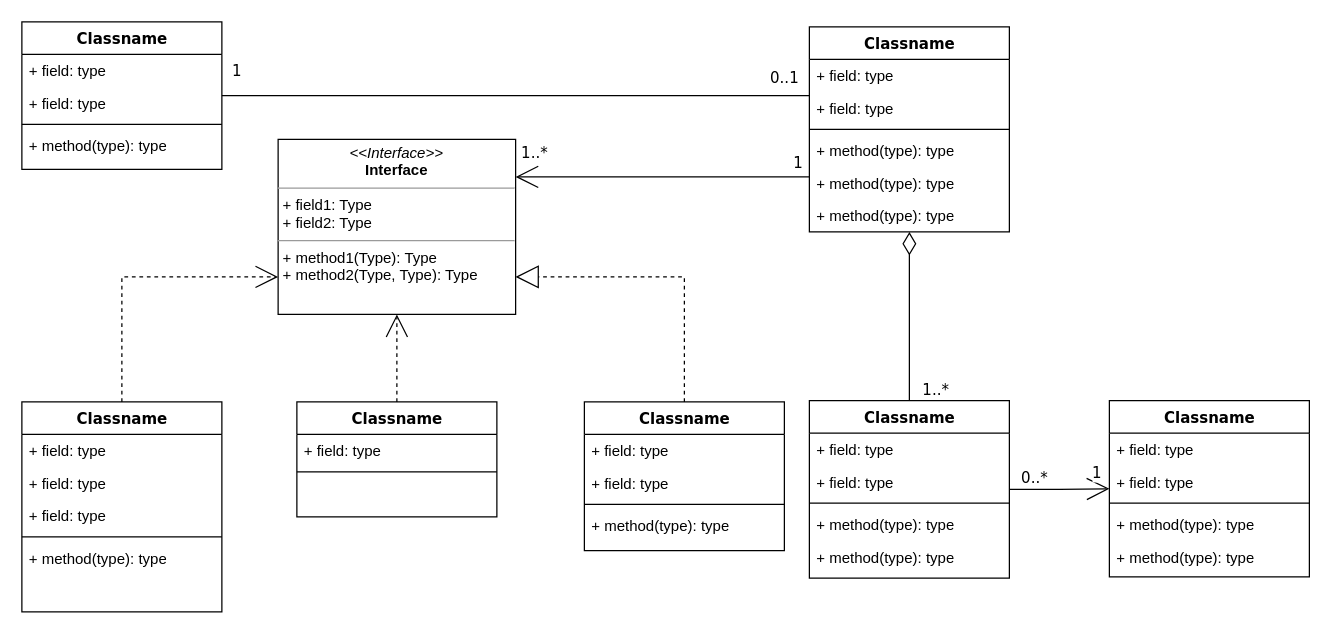
The draw.io diagram 设备调用component.drawio in FElxy/notes, before the edit. Source tidied: cells renumbered, new cells numbered last; positions are measured from the earlier drawing's top-left corner, leaving out a move shared by most shapes. Both pictures are drawn from the tidied source at 125%, with x=0, y=0 at pixel (21, 21).
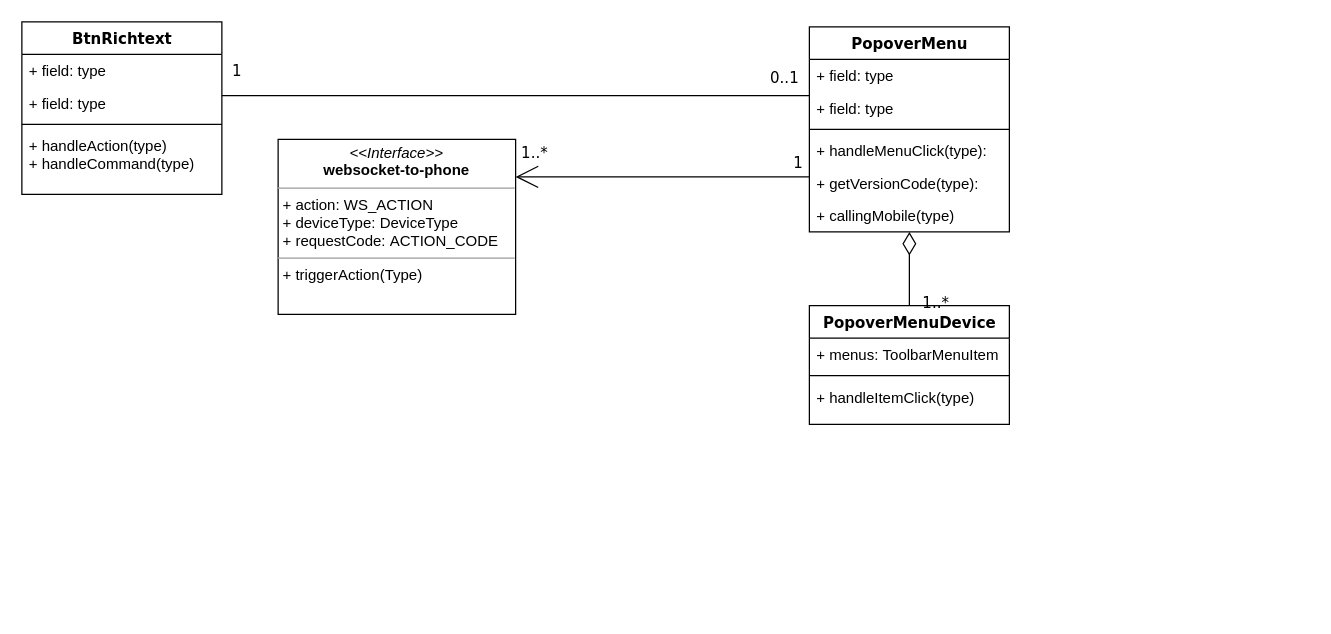
The same diagram, later.

Commit message:
更新设备调用component.drawio

Change to the diagram source:
```diff
@@
-    <mxCell id="2" style="edgeStyle=orthogonalEdgeStyle;rounded=0;html=1;dashed=1;labelBackgroundColor=none;startArrow=none;startFill=0;startSize=8;endArrow=open;endFill=0;endSize=16;fontFamily=Verdana;fontSize=12;" parent="1" edge="1" source="3" target="54">
-      <mxGeometry relative="1" as="geometry">
-        <Array as="points">
-          <mxPoint x="80" y="204" />
-        </Array>
-      </mxGeometry>
-    </mxCell>
-    <mxCell id="3" value="Classname" style="swimlane;html=1;fontStyle=1;align=center;verticalAlign=top;horizontal=1;startSize=26;swimlaneFillColor=#ffffff;rounded=0;shadow=0;comic=0;labelBackgroundColor=none;strokeWidth=1;fillColor=none;fontFamily=Verdana;fontSize=12;" parent="1" vertex="1">
-      <mxGeometry y="304" width="160" height="168" as="geometry" />
-    </mxCell>
-    <mxCell id="4" value="+ field: type" style="text;html=1;strokeColor=none;fillColor=none;align=left;verticalAlign=top;spacingLeft=4;spacingRight=4;whiteSpace=wrap;overflow=hidden;" parent="3" vertex="1">
-      <mxGeometry y="26" width="160" height="26" as="geometry" />
-    </mxCell>
-    <mxCell id="5" value="+ field: type" style="text;html=1;strokeColor=none;fillColor=none;align=left;verticalAlign=top;spacingLeft=4;spacingRight=4;whiteSpace=wrap;overflow=hidden;" parent="3" vertex="1">
-      <mxGeometry y="52" width="160" height="26" as="geometry" />
-    </mxCell>
-    <mxCell id="6" value="+ field: type" style="text;html=1;strokeColor=none;fillColor=none;align=left;verticalAlign=top;spacingLeft=4;spacingRight=4;whiteSpace=wrap;overflow=hidden;" parent="3" vertex="1">
-      <mxGeometry y="78" width="160" height="26" as="geometry" />
-    </mxCell>
-    <mxCell id="7" style="line;html=1;strokeWidth=1;fillColor=none;align=left;verticalAlign=middle;spacingTop=-1;spacingLeft=3;spacingRight=3;labelPosition=right;" parent="3" vertex="1">
-      <mxGeometry y="104" width="160" height="8" as="geometry" />
-    </mxCell>
-    <mxCell id="8" value="+ method(type): type" style="text;html=1;strokeColor=none;fillColor=none;align=left;verticalAlign=top;spacingLeft=4;spacingRight=4;whiteSpace=wrap;overflow=hidden;" parent="3" vertex="1">
-      <mxGeometry y="112" width="160" height="26" as="geometry" />
-    </mxCell>
-    <mxCell id="9" value="Classname" style="swimlane;html=1;fontStyle=1;align=center;verticalAlign=top;horizontal=1;startSize=26;swimlaneFillColor=#ffffff;rounded=0;shadow=0;comic=0;labelBackgroundColor=none;strokeWidth=1;fillColor=none;fontFamily=Verdana;fontSize=12;" parent="1" vertex="1">
-      <mxGeometry width="160" height="118" as="geometry" />
+    <mxCell id="9" value="BtnRichtext" style="swimlane;html=1;fontStyle=1;align=center;verticalAlign=top;horizontal=1;startSize=26;swimlaneFillColor=#ffffff;rounded=0;shadow=0;comic=0;labelBackgroundColor=none;strokeWidth=1;fillColor=none;fontFamily=Verdana;fontSize=12;" parent="1" vertex="1">
+      <mxGeometry width="160" height="138" as="geometry" />
     </mxCell>
@@
-    <mxCell id="13" value="+ method(type): type" style="text;html=1;strokeColor=none;fillColor=none;align=left;verticalAlign=top;spacingLeft=4;spacingRight=4;whiteSpace=wrap;overflow=hidden;" parent="9" vertex="1">
-      <mxGeometry y="86" width="160" height="26" as="geometry" />
+    <mxCell id="13" value="+ handleAction(type)&lt;br&gt;+ handleCommand(type)" style="text;html=1;strokeColor=none;fillColor=none;align=left;verticalAlign=top;spacingLeft=4;spacingRight=4;whiteSpace=wrap;overflow=hidden;" parent="9" vertex="1">
+      <mxGeometry y="86" width="160" height="44" as="geometry" />
     </mxCell>
@@
-    <mxCell id="20" value="Classname" style="swimlane;html=1;fontStyle=1;align=center;verticalAlign=top;horizontal=1;startSize=26;swimlaneFillColor=#ffffff;rounded=0;shadow=0;comic=0;labelBackgroundColor=none;strokeWidth=1;fillColor=none;fontFamily=Verdana;fontSize=12;" parent="1" vertex="1">
+    <mxCell id="20" value="PopoverMenu" style="swimlane;html=1;fontStyle=1;align=center;verticalAlign=top;horizontal=1;startSize=26;swimlaneFillColor=#ffffff;rounded=0;shadow=0;comic=0;labelBackgroundColor=none;strokeWidth=1;fillColor=none;fontFamily=Verdana;fontSize=12;" parent="1" vertex="1">
       <mxGeometry x="630" y="4" width="160" height="164" as="geometry" />
     </mxCell>
@@
-    <mxCell id="24" value="+ method(type): type" style="text;html=1;strokeColor=none;fillColor=none;align=left;verticalAlign=top;spacingLeft=4;spacingRight=4;whiteSpace=wrap;overflow=hidden;" parent="20" vertex="1">
+    <mxCell id="24" value="+ handleMenuClick(type):" style="text;html=1;strokeColor=none;fillColor=none;align=left;verticalAlign=top;spacingLeft=4;spacingRight=4;whiteSpace=wrap;overflow=hidden;" parent="20" vertex="1">
       <mxGeometry y="86" width="160" height="26" as="geometry" />
     </mxCell>
-    <mxCell id="25" value="+ method(type): type" style="text;html=1;strokeColor=none;fillColor=none;align=left;verticalAlign=top;spacingLeft=4;spacingRight=4;whiteSpace=wrap;overflow=hidden;" parent="20" vertex="1">
+    <mxCell id="25" value="+&amp;nbsp;getVersionCode&lt;span style=&quot;background-color: initial;&quot;&gt;(type):&lt;/span&gt;" style="text;html=1;strokeColor=none;fillColor=none;align=left;verticalAlign=top;spacingLeft=4;spacingRight=4;whiteSpace=wrap;overflow=hidden;" parent="20" vertex="1">
       <mxGeometry y="112" width="160" height="26" as="geometry" />
     </mxCell>
-    <mxCell id="26" value="+ method(type): type" style="text;html=1;strokeColor=none;fillColor=none;align=left;verticalAlign=top;spacingLeft=4;spacingRight=4;whiteSpace=wrap;overflow=hidden;" parent="20" vertex="1">
+    <mxCell id="26" value="+&amp;nbsp;callingMobile&lt;span style=&quot;background-color: initial;&quot;&gt;(type)&lt;/span&gt;" style="text;html=1;strokeColor=none;fillColor=none;align=left;verticalAlign=top;spacingLeft=4;spacingRight=4;whiteSpace=wrap;overflow=hidden;" parent="20" vertex="1">
       <mxGeometry y="138" width="160" height="26" as="geometry" />
     </mxCell>
-    <mxCell id="27" style="edgeStyle=orthogonalEdgeStyle;rounded=0;html=1;dashed=1;labelBackgroundColor=none;startArrow=none;startFill=0;startSize=8;endArrow=open;endFill=0;endSize=16;fontFamily=Verdana;fontSize=12;" parent="1" edge="1" source="28" target="54">
-      <mxGeometry relative="1" as="geometry" />
-    </mxCell>
-    <mxCell id="28" value="Classname" style="swimlane;html=1;fontStyle=1;align=center;verticalAlign=top;horizontal=1;startSize=26;swimlaneFillColor=#ffffff;rounded=0;shadow=0;comic=0;labelBackgroundColor=none;strokeWidth=1;fillColor=none;fontFamily=Verdana;fontSize=12;" parent="1" vertex="1">
-      <mxGeometry x="220" y="304" width="160" height="92" as="geometry" />
-    </mxCell>
-    <mxCell id="29" value="+ field: type" style="text;html=1;strokeColor=none;fillColor=none;align=left;verticalAlign=top;spacingLeft=4;spacingRight=4;whiteSpace=wrap;overflow=hidden;" parent="28" vertex="1">
-      <mxGeometry y="26" width="160" height="26" as="geometry" />
-    </mxCell>
-    <mxCell id="30" style="line;html=1;strokeWidth=1;fillColor=none;align=left;verticalAlign=middle;spacingTop=-1;spacingLeft=3;spacingRight=3;labelPosition=right;" parent="28" vertex="1">
-      <mxGeometry y="52" width="160" height="8" as="geometry" />
-    </mxCell>
@@
-    <mxCell id="33" style="edgeStyle=orthogonalEdgeStyle;rounded=0;html=1;labelBackgroundColor=none;startArrow=none;startFill=0;startSize=8;endArrow=open;endFill=0;endSize=16;fontFamily=Verdana;fontSize=12;" parent="1" edge="1" source="36" target="42">
-      <mxGeometry relative="1" as="geometry" />
-    </mxCell>
-    <mxCell id="34" value="0..*" style="text;html=1;align=center;verticalAlign=middle;labelBackgroundColor=#ffffff;fontSize=12;fontFamily=Verdana;" parent="33" vertex="1">
-      <mxGeometry x="-0.79" relative="1" as="geometry">
-        <mxPoint x="11" y="-10" as="offset" />
-      </mxGeometry>
-    </mxCell>
-    <mxCell id="35" value="1" style="text;html=1;align=center;verticalAlign=middle;labelBackgroundColor=#ffffff;fontSize=12;fontFamily=Verdana;" parent="33" vertex="1">
-      <mxGeometry x="0.7" y="1" relative="1" as="geometry">
-        <mxPoint x="2" y="-12" as="offset" />
-      </mxGeometry>
-    </mxCell>
-    <mxCell id="36" value="Classname" style="swimlane;html=1;fontStyle=1;align=center;verticalAlign=top;horizontal=1;startSize=26;swimlaneFillColor=#ffffff;rounded=0;shadow=0;comic=0;labelBackgroundColor=none;strokeWidth=1;fillColor=none;fontFamily=Verdana;fontSize=12;" parent="1" vertex="1">
-      <mxGeometry x="630" y="303" width="160" height="142" as="geometry" />
+    <mxCell id="36" value="PopoverMenuDevice" style="swimlane;html=1;fontStyle=1;align=center;verticalAlign=top;horizontal=1;startSize=26;swimlaneFillColor=#ffffff;rounded=0;shadow=0;comic=0;labelBackgroundColor=none;strokeWidth=1;fillColor=none;fontFamily=Verdana;fontSize=12;" parent="1" vertex="1">
+      <mxGeometry x="630" y="227" width="160" height="95" as="geometry" />
     </mxCell>
-    <mxCell id="37" value="+ field: type" style="text;html=1;strokeColor=none;fillColor=none;align=left;verticalAlign=top;spacingLeft=4;spacingRight=4;whiteSpace=wrap;overflow=hidden;" parent="36" vertex="1">
+    <mxCell id="37" value="+ menus:&amp;nbsp;ToolbarMenuItem" style="text;html=1;strokeColor=none;fillColor=none;align=left;verticalAlign=top;spacingLeft=4;spacingRight=4;whiteSpace=wrap;overflow=hidden;" parent="36" vertex="1">
       <mxGeometry y="26" width="160" height="26" as="geometry" />
     </mxCell>
-    <mxCell id="38" value="+ field: type" style="text;html=1;strokeColor=none;fillColor=none;align=left;verticalAlign=top;spacingLeft=4;spacingRight=4;whiteSpace=wrap;overflow=hidden;" parent="36" vertex="1">
-      <mxGeometry y="52" width="160" height="26" as="geometry" />
-    </mxCell>
     <mxCell id="39" style="line;html=1;strokeWidth=1;fillColor=none;align=left;verticalAlign=middle;spacingTop=-1;spacingLeft=3;spacingRight=3;labelPosition=right;" parent="36" vertex="1">
-      <mxGeometry y="78" width="160" height="8" as="geometry" />
+      <mxGeometry y="52" width="160" height="8" as="geometry" />
     </mxCell>
-    <mxCell id="40" value="+ method(type): type" style="text;html=1;strokeColor=none;fillColor=none;align=left;verticalAlign=top;spacingLeft=4;spacingRight=4;whiteSpace=wrap;overflow=hidden;" parent="36" vertex="1">
-      <mxGeometry y="86" width="160" height="26" as="geometry" />
+    <mxCell id="40" value="+&amp;nbsp;handleItemClick&lt;span style=&quot;background-color: initial;&quot;&gt;(type)&lt;/span&gt;" style="text;html=1;strokeColor=none;fillColor=none;align=left;verticalAlign=top;spacingLeft=4;spacingRight=4;whiteSpace=wrap;overflow=hidden;" parent="36" vertex="1">
+      <mxGeometry y="60" width="160" height="26" as="geometry" />
     </mxCell>
-    <mxCell id="41" value="+ method(type): type" style="text;html=1;strokeColor=none;fillColor=none;align=left;verticalAlign=top;spacingLeft=4;spacingRight=4;whiteSpace=wrap;overflow=hidden;" parent="36" vertex="1">
-      <mxGeometry y="112" width="160" height="26" as="geometry" />
-    </mxCell>
-    <mxCell id="42" value="Classname" style="swimlane;html=1;fontStyle=1;align=center;verticalAlign=top;horizontal=1;startSize=26;swimlaneFillColor=#ffffff;rounded=0;shadow=0;comic=0;labelBackgroundColor=none;strokeWidth=1;fillColor=none;fontFamily=Verdana;fontSize=12;" parent="1" vertex="1">
-      <mxGeometry x="870" y="303" width="160" height="141" as="geometry" />
-    </mxCell>
-    <mxCell id="43" value="+ field: type" style="text;html=1;strokeColor=none;fillColor=none;align=left;verticalAlign=top;spacingLeft=4;spacingRight=4;whiteSpace=wrap;overflow=hidden;" parent="42" vertex="1">
-      <mxGeometry y="26" width="160" height="26" as="geometry" />
-    </mxCell>
-    <mxCell id="44" value="+ field: type" style="text;html=1;strokeColor=none;fillColor=none;align=left;verticalAlign=top;spacingLeft=4;spacingRight=4;whiteSpace=wrap;overflow=hidden;" parent="42" vertex="1">
-      <mxGeometry y="52" width="160" height="26" as="geometry" />
-    </mxCell>
-    <mxCell id="45" style="line;html=1;strokeWidth=1;fillColor=none;align=left;verticalAlign=middle;spacingTop=-1;spacingLeft=3;spacingRight=3;labelPosition=right;" parent="42" vertex="1">
-      <mxGeometry y="78" width="160" height="8" as="geometry" />
-    </mxCell>
-    <mxCell id="46" value="+ method(type): type" style="text;html=1;strokeColor=none;fillColor=none;align=left;verticalAlign=top;spacingLeft=4;spacingRight=4;whiteSpace=wrap;overflow=hidden;" parent="42" vertex="1">
-      <mxGeometry y="86" width="160" height="26" as="geometry" />
-    </mxCell>
-    <mxCell id="47" value="+ method(type): type" style="text;html=1;strokeColor=none;fillColor=none;align=left;verticalAlign=top;spacingLeft=4;spacingRight=4;whiteSpace=wrap;overflow=hidden;" parent="42" vertex="1">
-      <mxGeometry y="112" width="160" height="26" as="geometry" />
-    </mxCell>
-    <mxCell id="48" style="edgeStyle=orthogonalEdgeStyle;rounded=0;html=1;dashed=1;labelBackgroundColor=none;startArrow=none;startFill=0;startSize=8;endArrow=block;endFill=0;endSize=16;fontFamily=Verdana;fontSize=12;" parent="1" edge="1" source="49" target="54">
-      <mxGeometry relative="1" as="geometry">
-        <Array as="points">
-          <mxPoint x="530" y="204" />
-        </Array>
-      </mxGeometry>
-    </mxCell>
-    <mxCell id="49" value="Classname" style="swimlane;html=1;fontStyle=1;align=center;verticalAlign=top;horizontal=1;startSize=26;swimlaneFillColor=#ffffff;rounded=0;shadow=0;comic=0;labelBackgroundColor=none;strokeWidth=1;fillColor=none;fontFamily=Verdana;fontSize=12;" parent="1" vertex="1">
-      <mxGeometry x="450" y="304" width="160" height="119" as="geometry" />
-    </mxCell>
-    <mxCell id="50" value="+ field: type" style="text;html=1;strokeColor=none;fillColor=none;align=left;verticalAlign=top;spacingLeft=4;spacingRight=4;whiteSpace=wrap;overflow=hidden;" parent="49" vertex="1">
-      <mxGeometry y="26" width="160" height="26" as="geometry" />
-    </mxCell>
-    <mxCell id="51" value="+ field: type" style="text;html=1;strokeColor=none;fillColor=none;align=left;verticalAlign=top;spacingLeft=4;spacingRight=4;whiteSpace=wrap;overflow=hidden;" parent="49" vertex="1">
-      <mxGeometry y="52" width="160" height="26" as="geometry" />
-    </mxCell>
-    <mxCell id="52" style="line;html=1;strokeWidth=1;fillColor=none;align=left;verticalAlign=middle;spacingTop=-1;spacingLeft=3;spacingRight=3;labelPosition=right;" parent="49" vertex="1">
-      <mxGeometry y="78" width="160" height="8" as="geometry" />
-    </mxCell>
-    <mxCell id="53" value="+ method(type): type" style="text;html=1;strokeColor=none;fillColor=none;align=left;verticalAlign=top;spacingLeft=4;spacingRight=4;whiteSpace=wrap;overflow=hidden;" parent="49" vertex="1">
-      <mxGeometry y="86" width="160" height="26" as="geometry" />
-    </mxCell>
-    <mxCell id="54" value="&lt;p style=&quot;margin:0px;margin-top:4px;text-align:center;&quot;&gt;&lt;i&gt;&amp;lt;&amp;lt;Interface&amp;gt;&amp;gt;&lt;/i&gt;&lt;br/&gt;&lt;b&gt;Interface&lt;/b&gt;&lt;/p&gt;&lt;hr size=&quot;1&quot;/&gt;&lt;p style=&quot;margin:0px;margin-left:4px;&quot;&gt;+ field1: Type&lt;br/&gt;+ field2: Type&lt;/p&gt;&lt;hr size=&quot;1&quot;/&gt;&lt;p style=&quot;margin:0px;margin-left:4px;&quot;&gt;+ method1(Type): Type&lt;br/&gt;+ method2(Type, Type): Type&lt;/p&gt;" style="verticalAlign=top;align=left;overflow=fill;fontSize=12;fontFamily=Helvetica;html=1;rounded=0;shadow=0;comic=0;labelBackgroundColor=none;strokeWidth=1;" parent="1" vertex="1">
+    <mxCell id="54" value="&lt;p style=&quot;margin:0px;margin-top:4px;text-align:center;&quot;&gt;&lt;i&gt;&amp;lt;&amp;lt;Interface&amp;gt;&amp;gt;&lt;/i&gt;&lt;br&gt;&lt;b&gt;websocket-to-phone&lt;/b&gt;&lt;/p&gt;&lt;hr size=&quot;1&quot;&gt;&lt;p style=&quot;margin:0px;margin-left:4px;&quot;&gt;+&amp;nbsp;action&lt;span style=&quot;background-color: initial;&quot;&gt;:&amp;nbsp;&lt;/span&gt;WS_ACTION&lt;/p&gt;&lt;p style=&quot;margin:0px;margin-left:4px;&quot;&gt;+&amp;nbsp;deviceType&lt;span style=&quot;background-color: initial;&quot;&gt;:&amp;nbsp;&lt;/span&gt;DeviceType&lt;/p&gt;&lt;p style=&quot;margin:0px;margin-left:4px;&quot;&gt;+&amp;nbsp;requestCode&lt;span style=&quot;background-color: initial;&quot;&gt;:&amp;nbsp;&lt;/span&gt;ACTION_CODE&lt;/p&gt;&lt;hr size=&quot;1&quot;&gt;&lt;p style=&quot;margin:0px;margin-left:4px;&quot;&gt;+ triggerAction(Type)&lt;/p&gt;" style="verticalAlign=top;align=left;overflow=fill;fontSize=12;fontFamily=Helvetica;html=1;rounded=0;shadow=0;comic=0;labelBackgroundColor=none;strokeWidth=1;" parent="1" vertex="1">
       <mxGeometry x="205" y="94" width="190" height="140" as="geometry" />
     </mxCell>
```
